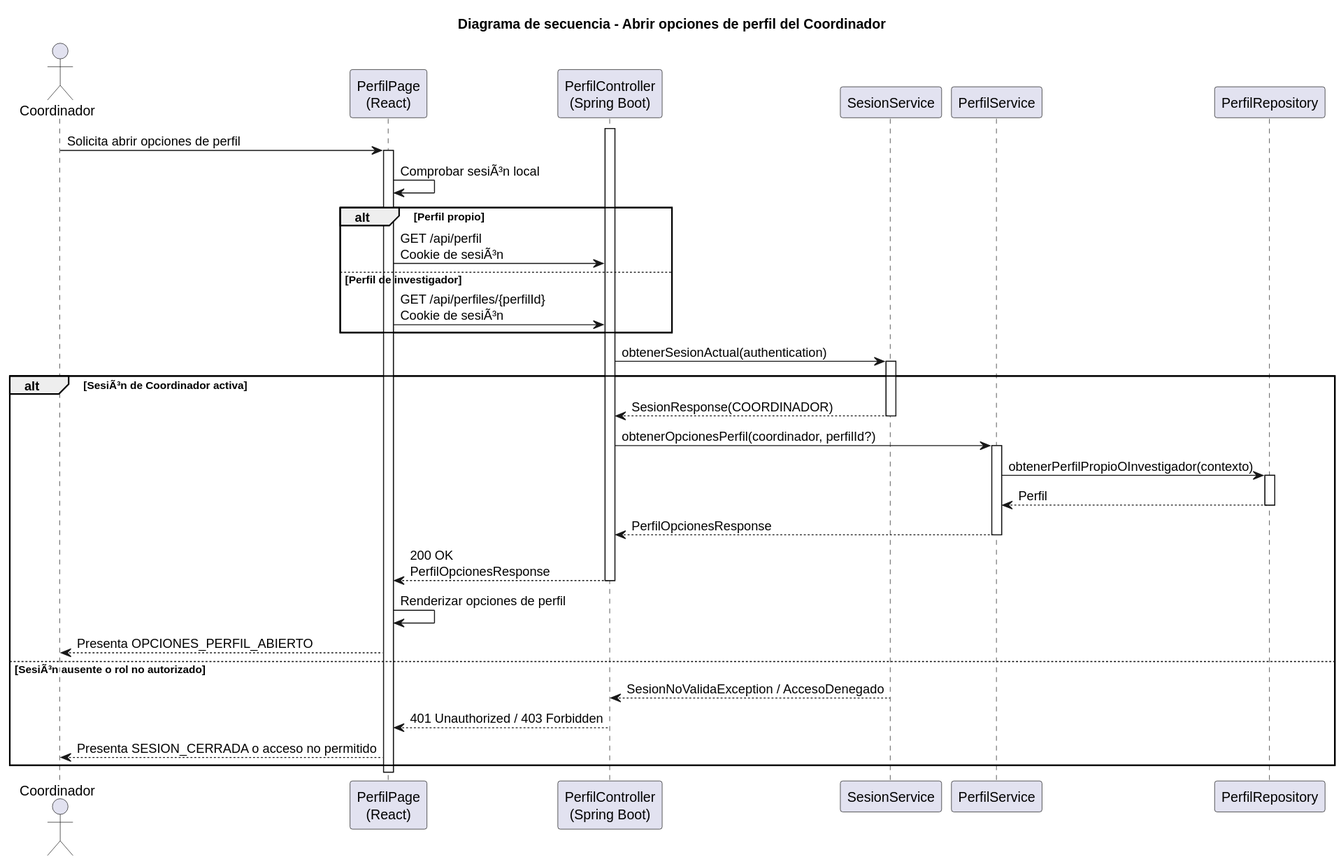
Before: images/RUP/02-diseño/casos-uso/coordinador/abrirOpcionesPerfil/secuencia.svg, a diagram exported from PlantUML (beatriizorozco/25-26-idsw2-sdVC). Its diagram source:
```plantuml
@startuml
title Diagrama de secuencia - Abrir opciones de perfil del Coordinador

actor Coordinador
participant "PerfilPage\n(React)" as Frontend
participant "PerfilController\n(Spring Boot)" as Api
participant "SesionService" as Sesion
participant "PerfilService" as PerfilService
participant "PerfilRepository" as PerfilRepository

Coordinador -> Frontend: Solicita abrir opciones de perfil
activate Frontend
Frontend -> Frontend: Comprobar sesiÃ³n local
alt Perfil propio
    Frontend -> Api: GET /api/perfil\nCookie de sesiÃ³n
else Perfil de investigador
    Frontend -> Api: GET /api/perfiles/{perfilId}\nCookie de sesiÃ³n
end
activate Api
Api -> Sesion: obtenerSesionActual(authentication)
activate Sesion
alt SesiÃ³n de Coordinador activa
    Sesion --> Api: SesionResponse(COORDINADOR)
    deactivate Sesion
    Api -> PerfilService: obtenerOpcionesPerfil(coordinador, perfilId?)
    activate PerfilService
    PerfilService -> PerfilRepository: obtenerPerfilPropioOInvestigador(contexto)
    activate PerfilRepository
    PerfilRepository --> PerfilService: Perfil
    deactivate PerfilRepository
    PerfilService --> Api: PerfilOpcionesResponse
    deactivate PerfilService
    Api --> Frontend: 200 OK\nPerfilOpcionesResponse
    deactivate Api
    Frontend -> Frontend: Renderizar opciones de perfil
    Frontend --> Coordinador: Presenta OPCIONES_PERFIL_ABIERTO
else SesiÃ³n ausente o rol no autorizado
    Sesion --> Api: SesionNoValidaException / AccesoDenegado
    deactivate Sesion
    Api --> Frontend: 401 Unauthorized / 403 Forbidden
    deactivate Api
    Frontend --> Coordinador: Presenta SESION_CERRADA o acceso no permitido
end
deactivate Frontend
@enduml
```
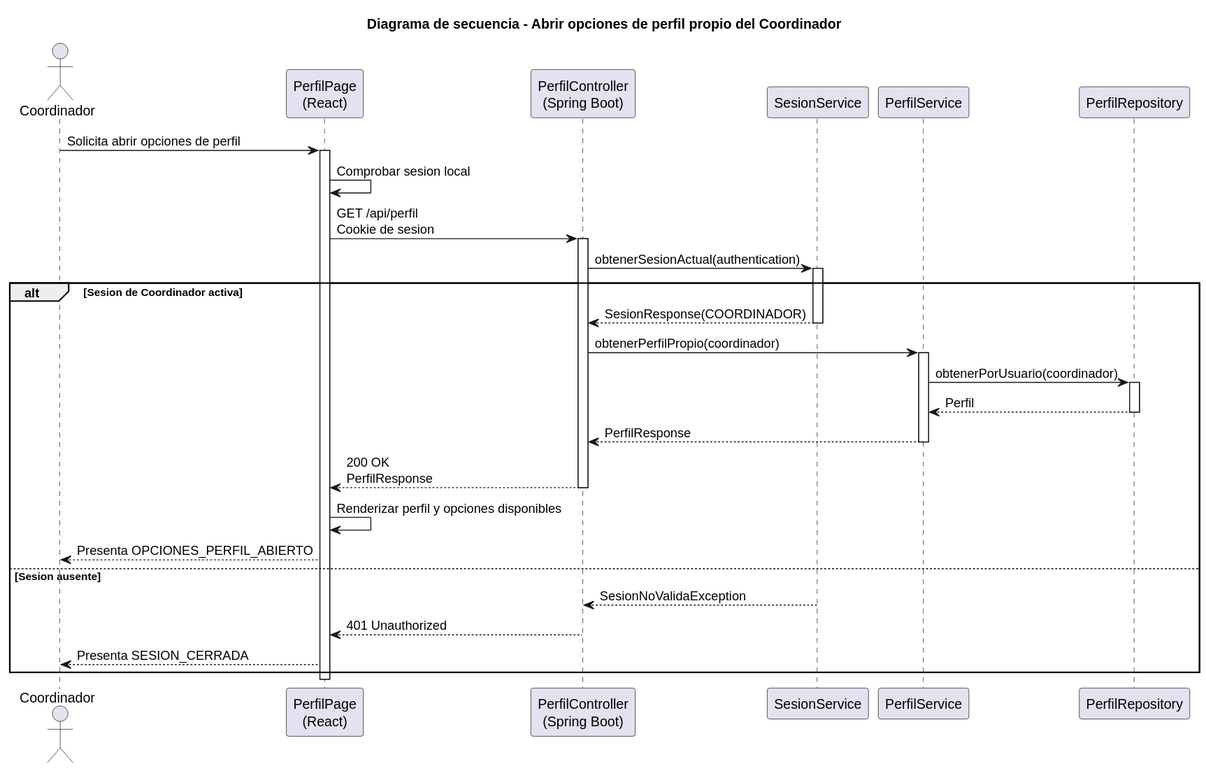
After the commit.

What changed in the source:
```diff
@@ -1,5 +1,5 @@
 @startuml
-title Diagrama de secuencia - Abrir opciones de perfil del Coordinador
+title Diagrama de secuencia - Abrir opciones de perfil propio del Coordinador
 
 actor Coordinador
 participant "PerfilPage\n(React)" as Frontend
@@ -10,36 +10,32 @@
 
 Coordinador -> Frontend: Solicita abrir opciones de perfil
 activate Frontend
-Frontend -> Frontend: Comprobar sesiÃ³n local
-alt Perfil propio
-    Frontend -> Api: GET /api/perfil\nCookie de sesiÃ³n
-else Perfil de investigador
-    Frontend -> Api: GET /api/perfiles/{perfilId}\nCookie de sesiÃ³n
-end
+Frontend -> Frontend: Comprobar sesion local
+Frontend -> Api: GET /api/perfil\nCookie de sesion
 activate Api
 Api -> Sesion: obtenerSesionActual(authentication)
 activate Sesion
-alt SesiÃ³n de Coordinador activa
+alt Sesion de Coordinador activa
     Sesion --> Api: SesionResponse(COORDINADOR)
     deactivate Sesion
-    Api -> PerfilService: obtenerOpcionesPerfil(coordinador, perfilId?)
+    Api -> PerfilService: obtenerPerfilPropio(coordinador)
     activate PerfilService
-    PerfilService -> PerfilRepository: obtenerPerfilPropioOInvestigador(contexto)
+    PerfilService -> PerfilRepository: obtenerPorUsuario(coordinador)
     activate PerfilRepository
     PerfilRepository --> PerfilService: Perfil
     deactivate PerfilRepository
-    PerfilService --> Api: PerfilOpcionesResponse
+    PerfilService --> Api: PerfilResponse
     deactivate PerfilService
-    Api --> Frontend: 200 OK\nPerfilOpcionesResponse
+    Api --> Frontend: 200 OK\nPerfilResponse
     deactivate Api
-    Frontend -> Frontend: Renderizar opciones de perfil
+    Frontend -> Frontend: Renderizar perfil y opciones disponibles
     Frontend --> Coordinador: Presenta OPCIONES_PERFIL_ABIERTO
-else SesiÃ³n ausente o rol no autorizado
-    Sesion --> Api: SesionNoValidaException / AccesoDenegado
+else Sesion ausente
+    Sesion --> Api: SesionNoValidaException
     deactivate Sesion
-    Api --> Frontend: 401 Unauthorized / 403 Forbidden
+    Api --> Frontend: 401 Unauthorized
     deactivate Api
-    Frontend --> Coordinador: Presenta SESION_CERRADA o acceso no permitido
+    Frontend --> Coordinador: Presenta SESION_CERRADA
 end
 deactivate Frontend
 @enduml
```
